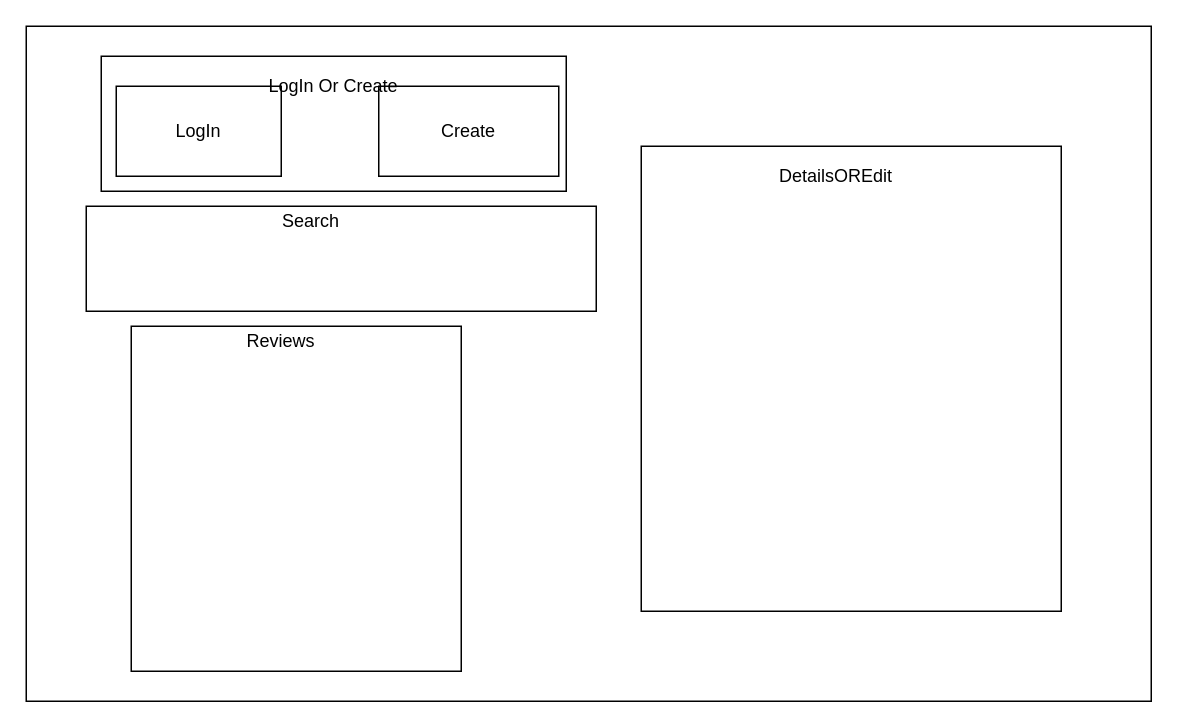
Before: Untitled Diagram.drawio in OkilyDokily/react-travel-api-client, a draw.io diagram. Source tidied: cells renumbered, new cells numbered last; positions are measured from the earlier drawing's top-left corner, leaving out a move shared by most shapes. Both pictures are drawn from the tidied source at 150%, with x=0, y=0 at pixel (26, 26).
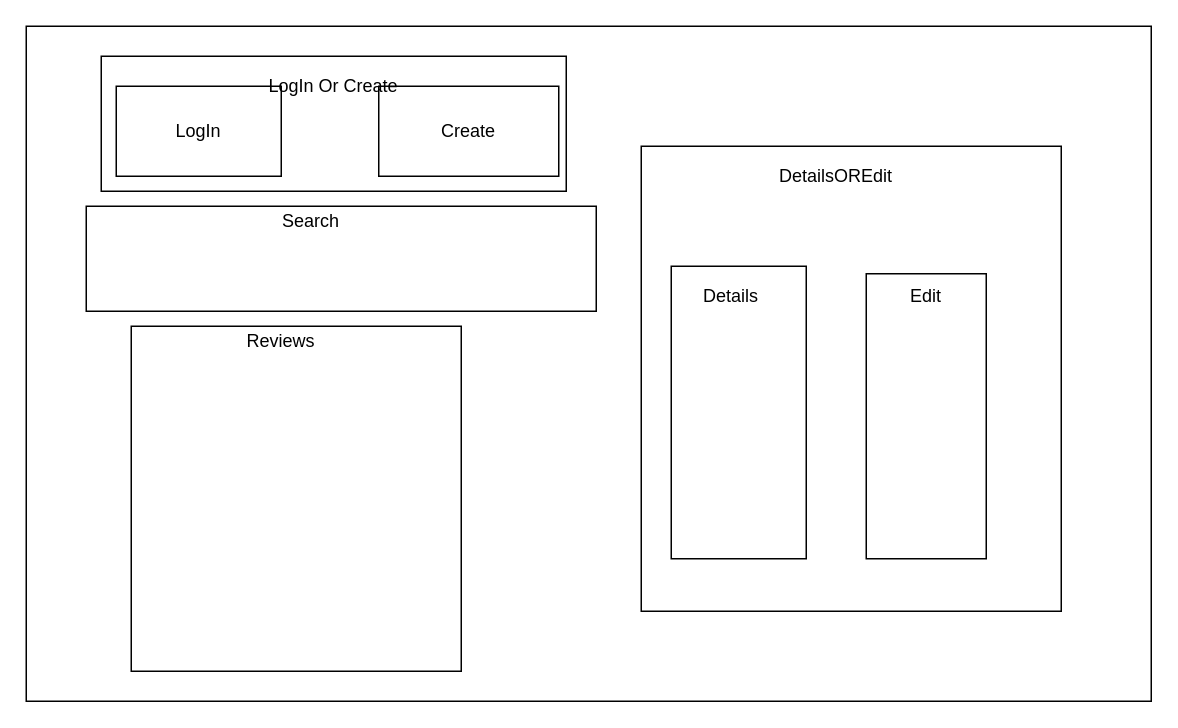
After the change.

Diff of the diagram source:
```diff
@@
 <mxGraphModel>
   <root>
     <mxCell id="0" />
     <mxCell id="1" parent="0" />
     <mxCell id="2" style="rounded=0;whiteSpace=wrap;html=1;" parent="1" vertex="1">
       <mxGeometry width="750" height="450" as="geometry" />
     </mxCell>
     <mxCell id="3" style="rounded=0;whiteSpace=wrap;html=1;" parent="1" vertex="1">
       <mxGeometry x="50" y="20" width="310" height="90" as="geometry" />
     </mxCell>
     <mxCell id="4" value="LogIn" style="rounded=0;whiteSpace=wrap;html=1;" parent="1" vertex="1">
       <mxGeometry x="60" y="40" width="110" height="60" as="geometry" />
     </mxCell>
     <mxCell id="5" style="rounded=0;whiteSpace=wrap;html=1;" parent="1" vertex="1">
       <mxGeometry x="70" y="200" width="220" height="230" as="geometry" />
     </mxCell>
     <mxCell id="6" value="Create" style="rounded=0;whiteSpace=wrap;html=1;" parent="1" vertex="1">
       <mxGeometry x="235" y="40" width="120" height="60" as="geometry" />
     </mxCell>
     <mxCell id="7" value="LogIn Or Create" style="text;html=1;strokeColor=none;fillColor=none;align=center;verticalAlign=middle;whiteSpace=wrap;rounded=0;" parent="1" vertex="1">
       <mxGeometry x="160" y="30" width="90" height="20" as="geometry" />
     </mxCell>
     <mxCell id="8" value="Reviews" style="text;html=1;strokeColor=none;fillColor=none;align=center;verticalAlign=middle;whiteSpace=wrap;rounded=0;" parent="1" vertex="1">
       <mxGeometry x="150" y="200" width="40" height="20" as="geometry" />
     </mxCell>
     <mxCell id="9" style="rounded=0;whiteSpace=wrap;html=1;" parent="1" vertex="1">
       <mxGeometry x="40" y="120" width="340" height="70" as="geometry" />
     </mxCell>
     <mxCell id="10" value="Search" style="text;html=1;strokeColor=none;fillColor=none;align=center;verticalAlign=middle;whiteSpace=wrap;rounded=0;" parent="1" vertex="1">
       <mxGeometry x="170" y="120" width="40" height="20" as="geometry" />
     </mxCell>
     <mxCell id="11" style="rounded=0;whiteSpace=wrap;html=1;" parent="1" vertex="1">
       <mxGeometry x="410" y="80" width="280" height="310" as="geometry" />
     </mxCell>
     <mxCell id="12" value="DetailsOREdit" style="text;html=1;strokeColor=none;fillColor=none;align=center;verticalAlign=middle;whiteSpace=wrap;rounded=0;" parent="1" vertex="1">
       <mxGeometry x="520" y="90" width="40" height="20" as="geometry" />
     </mxCell>
+    <mxCell id="13" style="rounded=0;whiteSpace=wrap;html=1;" parent="1" vertex="1">
+      <mxGeometry x="430" y="160" width="90" height="195" as="geometry" />
+    </mxCell>
+    <mxCell id="14" value="Details" style="text;html=1;strokeColor=none;fillColor=none;align=center;verticalAlign=middle;whiteSpace=wrap;rounded=0;" parent="1" vertex="1">
+      <mxGeometry x="450" y="170" width="40" height="20" as="geometry" />
+    </mxCell>
+    <mxCell id="15" style="rounded=0;whiteSpace=wrap;html=1;" parent="1" vertex="1">
+      <mxGeometry x="560" y="165" width="80" height="190" as="geometry" />
+    </mxCell>
+    <mxCell id="16" value="Edit" style="text;html=1;strokeColor=none;fillColor=none;align=center;verticalAlign=middle;whiteSpace=wrap;rounded=0;" parent="1" vertex="1">
+      <mxGeometry x="580" y="170" width="40" height="20" as="geometry" />
+    </mxCell>
   </root>
 </mxGraphModel>
```
